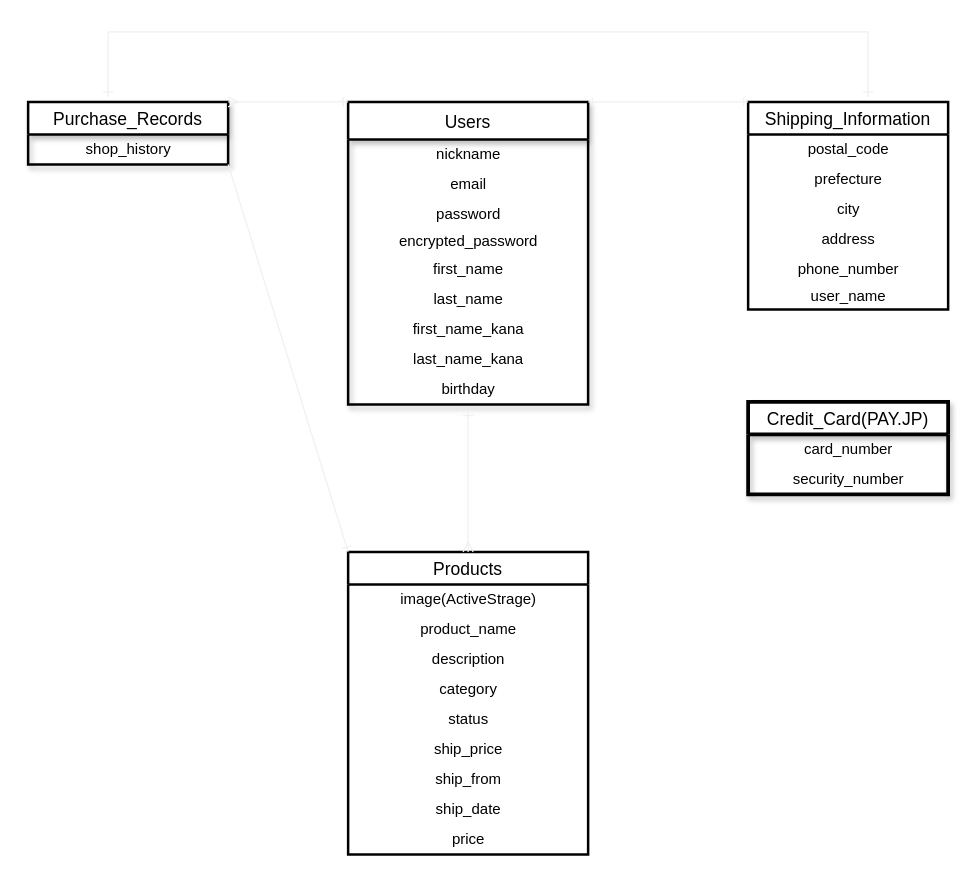
This is ER図.dio from TomokiYatsunami/furima-35529, a draw.io file, before an edit. Source tidied: cells renumbered, new cells numbered last; positions are measured from the earlier drawing's top-left corner, leaving out a move shared by most shapes. Both pictures are drawn from the tidied source at 125%, with x=0, y=0 at pixel (28, 31).
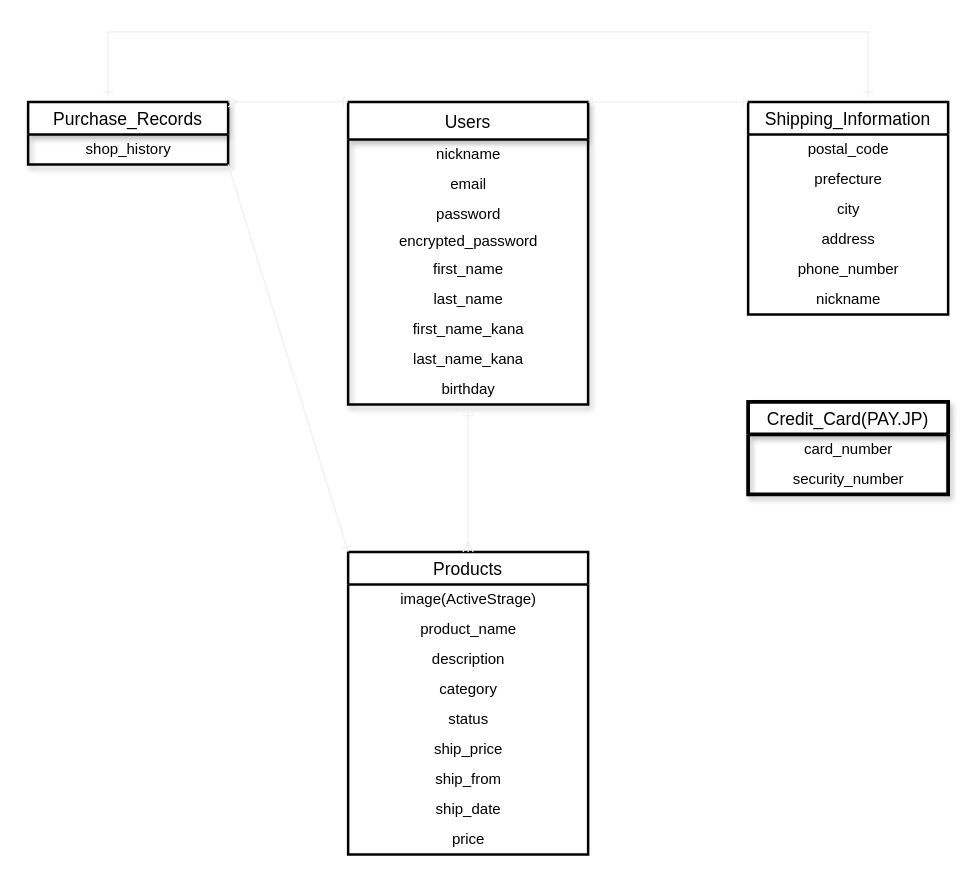
The same page after the edit.

What changed in the source:
```diff
@@
     <mxCell id="22" value="Shipping_Information" style="swimlane;fontStyle=0;horizontal=1;startSize=26;align=center;fontSize=14;strokeWidth=2;" parent="1" vertex="1">
-      <mxGeometry x="576" y="56" width="160" height="166" as="geometry" />
+      <mxGeometry x="576" y="56" width="160" height="170" as="geometry" />
     </mxCell>
@@
-    <mxCell id="28" value="user_name" style="text;html=1;align=center;verticalAlign=middle;" parent="22" vertex="1">
-      <mxGeometry y="146" width="160" height="20" as="geometry" />
+    <mxCell id="28" value="nickname" style="text;html=1;align=center;verticalAlign=middle;" parent="22" vertex="1">
+      <mxGeometry y="146" width="160" height="24" as="geometry" />
     </mxCell>
```
